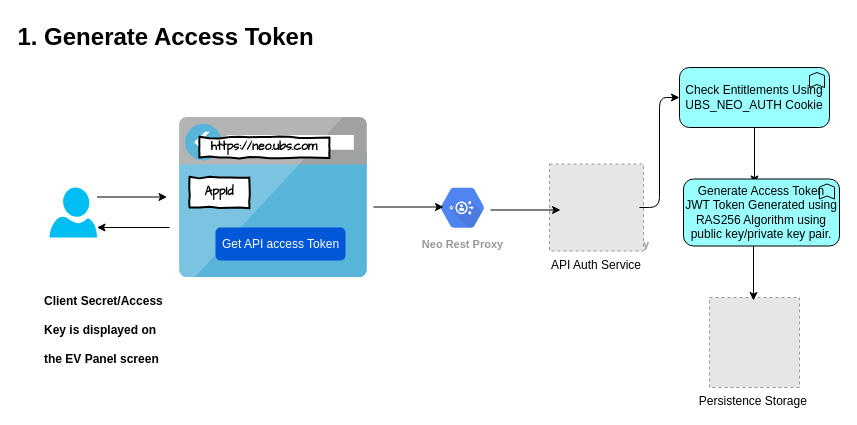
Above: ModifiedTokenGeneration.drawio in kpbindu/Diagrams (draw.io), before the change. Source tidied: cells renumbered, new cells numbered last; positions are measured from the earlier drawing's top-left corner, leaving out a move shared by most shapes. Both pictures are drawn from the tidied source at 100%, with x=0, y=0 at pixel (39, 17). Pictures stored in the file or linked from it are replaced by grey dashed boxes.
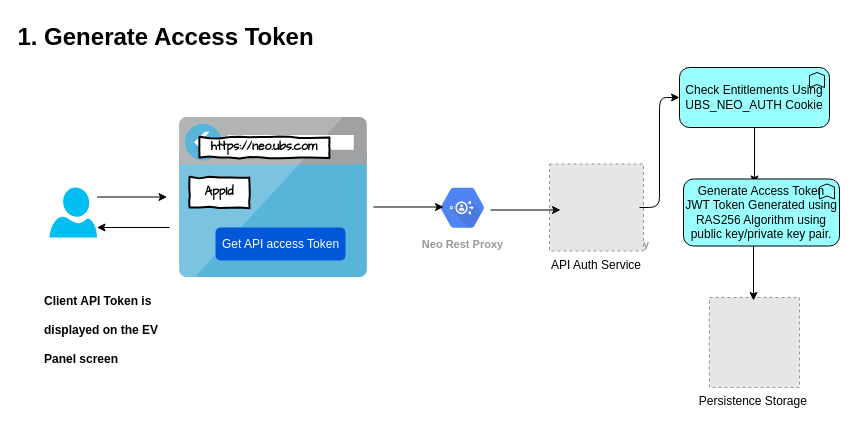
The same page after the edit.

The edit, as a diff of the source:
```diff
@@
-    <mxCell id="19" value="&lt;h1&gt;&lt;font style=&quot;font-size: 12px&quot;&gt;Client Secret/Access Key is displayed on the EV Panel screen&lt;/font&gt;&lt;/h1&gt;" style="text;html=1;strokeColor=none;fillColor=none;spacing=5;spacingTop=-20;whiteSpace=wrap;overflow=hidden;rounded=0;" parent="1" vertex="1">
+    <mxCell id="19" value="&lt;h1&gt;&lt;font style=&quot;font-size: 12px&quot;&gt;Client API Token is displayed on the EV Panel screen&lt;/font&gt;&lt;/h1&gt;" style="text;html=1;strokeColor=none;fillColor=none;spacing=5;spacingTop=-20;whiteSpace=wrap;overflow=hidden;rounded=0;" parent="1" vertex="1">
       <mxGeometry y="260" width="140" height="100" as="geometry" />
     </mxCell>
```
